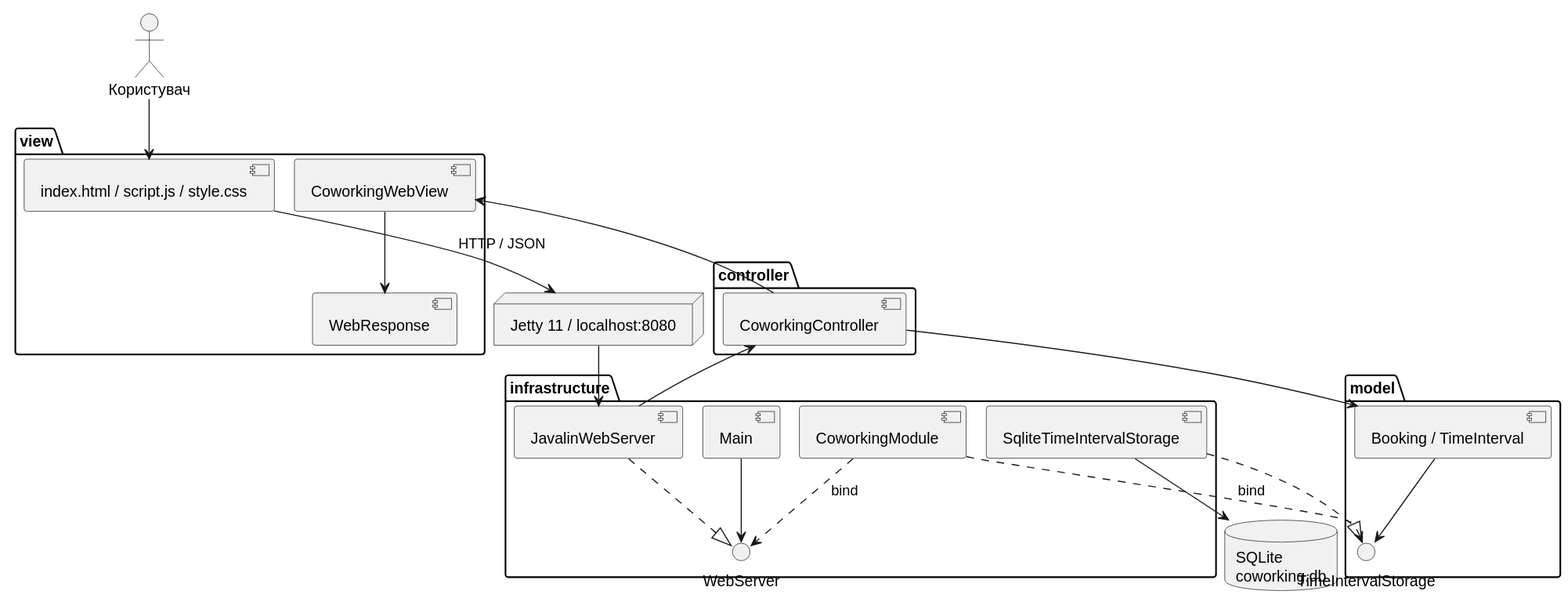
Before: docs/component.svg, a diagram exported from PlantUML (auulina21/coworking-19).
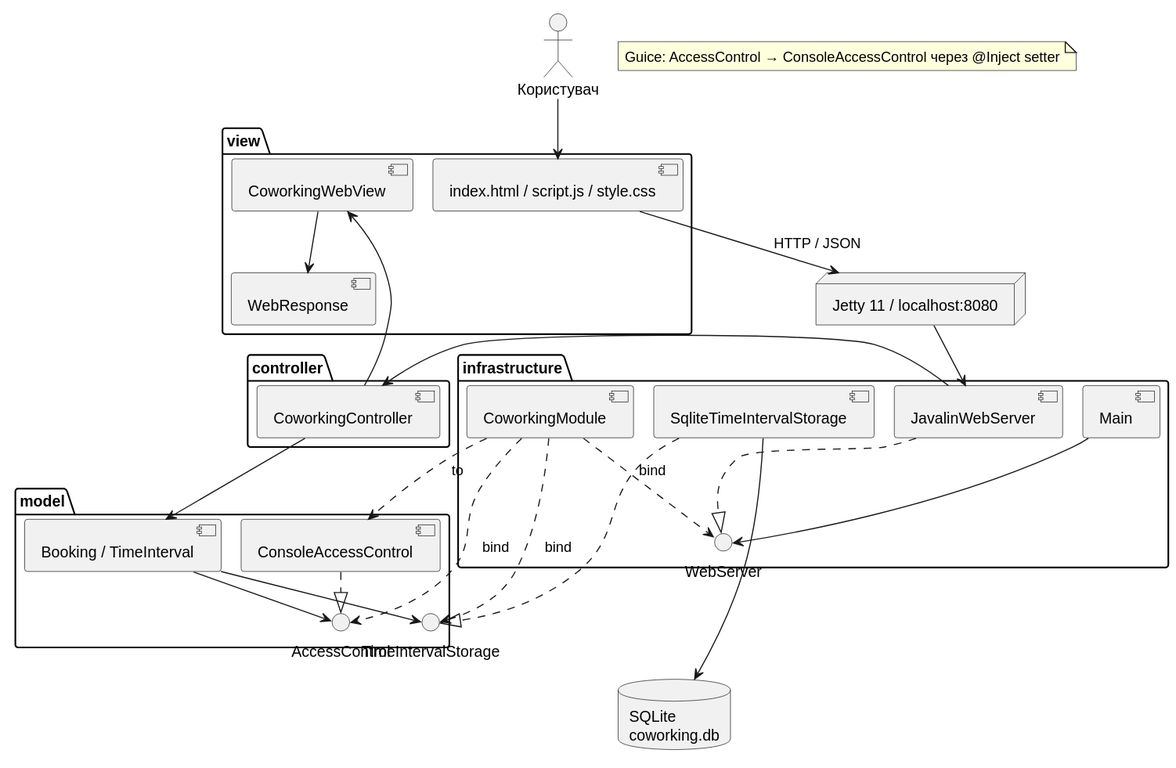
Later version of the same file.

Change to the diagram source:
```diff
@@ -14,6 +14,8 @@
 package model {
  [Booking / TimeInterval] as Model
  () TimeIntervalStorage as Storage
+ () AccessControl as Access
+ [ConsoleAccessControl] as ConsoleAccess
 }
 package infrastructure {
  [Main] as Main
@@ -30,10 +32,16 @@
 Controller --> View
 View --> Response
 Model --> Storage
+Model --> Access
+ConsoleAccess ..|> Access
+Module ..> Access : bind
+Module ..> ConsoleAccess : to
 Sqlite ..|> Storage
 Sqlite --> DB
 Adapter ..|> Server
 Main --> Server
 Module ..> Storage : bind
 Module ..> Server : bind
+Storage -[hidden]down- DB
+note "Guice: AccessControl → ConsoleAccessControl через @Inject setter" as AccessDI
 @enduml
```
